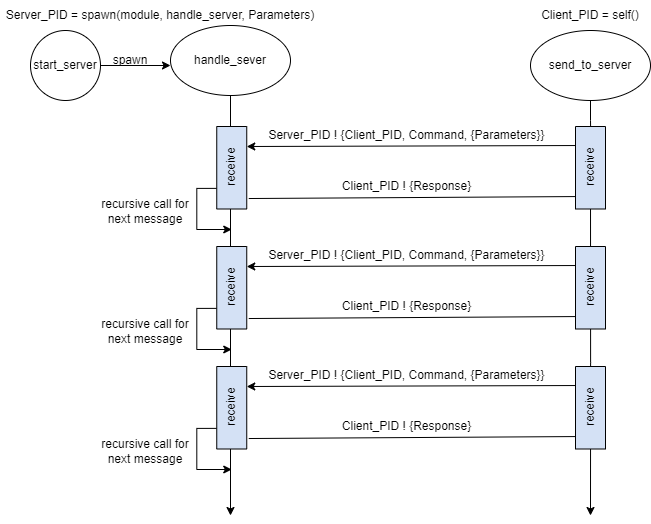
Before: docs/images/client_server_erlang.drawio.png, a diagram exported from draw.io (macbeth-byui/cse382-course). Source tidied: cells renumbered, new cells last; positions are measured from the earlier drawing's top-left corner, leaving out a move shared by most shapes.
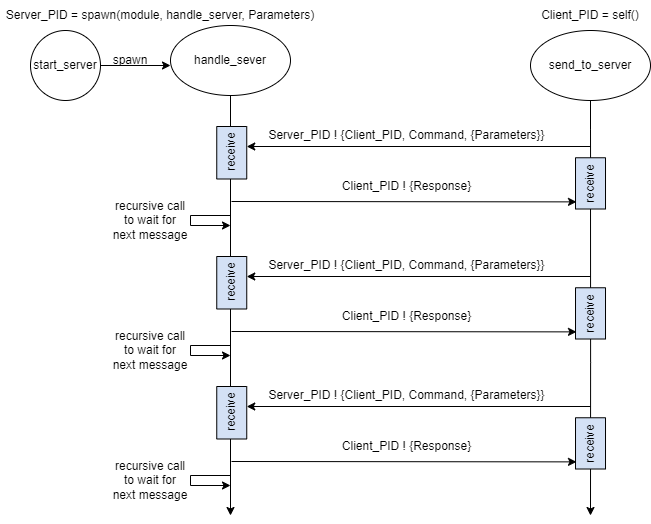
Above is the later version.

Diff of the diagram source:
```diff
@@ -26,20 +26,20 @@
     </mxCell>
     <mxCell id="7" style="endArrow=classic;html=1;rounded=0;" parent="1" edge="1">
       <mxGeometry relative="1" as="geometry">
-        <mxPoint x="586.2" y="145" as="sourcePoint" />
+        <mxPoint x="590" y="146" as="sourcePoint" />
         <mxPoint x="246.2" y="146" as="targetPoint" />
       </mxGeometry>
     </mxCell>
-    <mxCell id="8" style="endArrow=classic;html=1;rounded=0;exitX=0.127;exitY=1.067;exitDx=0;exitDy=0;exitPerimeter=0;" parent="1" edge="1" source="17">
+    <mxCell id="8" style="endArrow=classic;html=1;rounded=0;entryX=0.139;entryY=0.033;entryDx=0;entryDy=0;entryPerimeter=0;" parent="1" edge="1" target="18">
       <mxGeometry relative="1" as="geometry">
-        <mxPoint x="586.2" y="196" as="targetPoint" />
+        <mxPoint x="231" y="201" as="sourcePoint" />
       </mxGeometry>
     </mxCell>
     <mxCell id="9" value="Client_PID ! {Response}" style="text;html=1;align=center;verticalAlign=middle;strokeColor=none;fillColor=none;" parent="1" vertex="1">
       <mxGeometry x="336.2" y="176" width="140" height="20" as="geometry" />
     </mxCell>
-    <mxCell id="10" value="recursive call for next message" style="text;html=1;strokeColor=none;fillColor=none;align=center;verticalAlign=middle;whiteSpace=wrap;rounded=0;" parent="1" vertex="1">
-      <mxGeometry x="100" y="196" width="90" height="30" as="geometry" />
+    <mxCell id="10" value="recursive call to wait for next message" style="text;html=1;strokeColor=none;fillColor=none;align=center;verticalAlign=middle;whiteSpace=wrap;rounded=0;" parent="1" vertex="1">
+      <mxGeometry x="110" y="205" width="80" height="30" as="geometry" />
     </mxCell>
     <mxCell id="11" value="spawn" style="text;html=1;strokeColor=none;fillColor=none;align=center;verticalAlign=middle;whiteSpace=wrap;rounded=0;" parent="1" vertex="1">
       <mxGeometry x="100" y="45" width="60" height="30" as="geometry" />
@@ -56,95 +56,95 @@
     <mxCell id="15" value="handle_sever" style="ellipse;whiteSpace=wrap;html=1;" parent="1" vertex="1">
       <mxGeometry x="170" y="25" width="120" height="70" as="geometry" />
     </mxCell>
-    <mxCell id="16" style="edgeStyle=orthogonalEdgeStyle;rounded=0;jettySize=auto;html=1;exitX=0.25;exitY=0;exitDx=0;exitDy=0;startArrow=none;startFill=0;endArrow=classic;endFill=1;" parent="1" edge="1" source="17">
-      <mxGeometry relative="1" as="geometry">
-        <mxPoint x="231.2" y="229" as="targetPoint" />
-        <Array as="points">
-          <mxPoint x="196.2" y="188" />
-          <mxPoint x="196.2" y="229" />
-        </Array>
-      </mxGeometry>
-    </mxCell>
     <mxCell id="17" value="receive" style="text;html=1;strokeColor=default;fillColor=#D4E1F5;align=center;verticalAlign=middle;whiteSpace=wrap;rounded=0;rotation=-90;" parent="1" vertex="1">
-      <mxGeometry x="190" y="152.2" width="82.5" height="30" as="geometry" />
+      <mxGeometry x="205" y="137.2" width="52.5" height="30" as="geometry" />
     </mxCell>
     <mxCell id="18" value="receive" style="text;html=1;strokeColor=default;fillColor=#D4E1F5;align=center;verticalAlign=middle;whiteSpace=wrap;rounded=0;rotation=-90;" parent="1" vertex="1">
-      <mxGeometry x="548.8" y="152.2" width="82.5" height="30" as="geometry" />
+      <mxGeometry x="564.4" y="167.9" width="51.2" height="30" as="geometry" />
     </mxCell>
     <mxCell id="19" style="edgeStyle=orthogonalEdgeStyle;rounded=0;jettySize=auto;html=1;endArrow=none;" parent="1" edge="1" target="18">
       <mxGeometry relative="1" as="geometry">
         <mxPoint x="590" y="100" as="sourcePoint" />
       </mxGeometry>
     </mxCell>
-    <mxCell id="20" value="Server_PID ! {Client_PID, Command, {Parameters}}" style="text;html=1;align=center;verticalAlign=middle;strokeColor=none;fillColor=none;" parent="1" vertex="1">
-      <mxGeometry x="261.2" y="245" width="290" height="20" as="geometry" />
-    </mxCell>
-    <mxCell id="21" style="endArrow=classic;html=1;rounded=0;" parent="1" edge="1">
-      <mxGeometry relative="1" as="geometry">
-        <mxPoint x="586.2" y="265" as="sourcePoint" />
-        <mxPoint x="246.2" y="266" as="targetPoint" />
-      </mxGeometry>
-    </mxCell>
-    <mxCell id="22" style="endArrow=classic;html=1;rounded=0;exitX=0.127;exitY=1.067;exitDx=0;exitDy=0;exitPerimeter=0;" parent="1" edge="1" source="26">
-      <mxGeometry relative="1" as="geometry">
-        <mxPoint x="586.2" y="316" as="targetPoint" />
-      </mxGeometry>
-    </mxCell>
-    <mxCell id="23" value="Client_PID ! {Response}" style="text;html=1;align=center;verticalAlign=middle;strokeColor=none;fillColor=none;" parent="1" vertex="1">
-      <mxGeometry x="336.2" y="296" width="140" height="20" as="geometry" />
-    </mxCell>
-    <mxCell id="24" value="recursive call for next message" style="text;html=1;strokeColor=none;fillColor=none;align=center;verticalAlign=middle;whiteSpace=wrap;rounded=0;" parent="1" vertex="1">
-      <mxGeometry x="100" y="316" width="90" height="30" as="geometry" />
-    </mxCell>
-    <mxCell id="25" style="edgeStyle=orthogonalEdgeStyle;rounded=0;jettySize=auto;html=1;exitX=0.25;exitY=0;exitDx=0;exitDy=0;startArrow=none;startFill=0;endArrow=classic;endFill=1;" parent="1" edge="1" source="26">
-      <mxGeometry relative="1" as="geometry">
-        <mxPoint x="231.2" y="349" as="targetPoint" />
-        <Array as="points">
-          <mxPoint x="196.2" y="308" />
-          <mxPoint x="196.2" y="349" />
-        </Array>
-      </mxGeometry>
-    </mxCell>
-    <mxCell id="26" value="receive" style="text;html=1;strokeColor=default;fillColor=#D4E1F5;align=center;verticalAlign=middle;whiteSpace=wrap;rounded=0;rotation=-90;" parent="1" vertex="1">
-      <mxGeometry x="190" y="272.2" width="82.5" height="30" as="geometry" />
-    </mxCell>
-    <mxCell id="27" value="receive" style="text;html=1;strokeColor=default;fillColor=#D4E1F5;align=center;verticalAlign=middle;whiteSpace=wrap;rounded=0;rotation=-90;" parent="1" vertex="1">
-      <mxGeometry x="548.8" y="272.2" width="82.5" height="30" as="geometry" />
-    </mxCell>
-    <mxCell id="28" value="Server_PID ! {Client_PID, Command, {Parameters}}" style="text;html=1;align=center;verticalAlign=middle;strokeColor=none;fillColor=none;" parent="1" vertex="1">
-      <mxGeometry x="261.2" y="365" width="290" height="20" as="geometry" />
-    </mxCell>
-    <mxCell id="29" style="endArrow=classic;html=1;rounded=0;" parent="1" edge="1">
-      <mxGeometry relative="1" as="geometry">
-        <mxPoint x="586.2" y="385" as="sourcePoint" />
-        <mxPoint x="246.2" y="386" as="targetPoint" />
-      </mxGeometry>
-    </mxCell>
-    <mxCell id="30" style="endArrow=classic;html=1;rounded=0;exitX=0.127;exitY=1.067;exitDx=0;exitDy=0;exitPerimeter=0;" parent="1" edge="1" source="34">
-      <mxGeometry relative="1" as="geometry">
-        <mxPoint x="586.2" y="436" as="targetPoint" />
-      </mxGeometry>
-    </mxCell>
-    <mxCell id="31" value="Client_PID ! {Response}" style="text;html=1;align=center;verticalAlign=middle;strokeColor=none;fillColor=none;" parent="1" vertex="1">
-      <mxGeometry x="336.2" y="416" width="140" height="20" as="geometry" />
-    </mxCell>
-    <mxCell id="32" value="recursive call for next message" style="text;html=1;strokeColor=none;fillColor=none;align=center;verticalAlign=middle;whiteSpace=wrap;rounded=0;" parent="1" vertex="1">
-      <mxGeometry x="100" y="436" width="90" height="30" as="geometry" />
-    </mxCell>
-    <mxCell id="33" style="edgeStyle=orthogonalEdgeStyle;rounded=0;jettySize=auto;html=1;exitX=0.25;exitY=0;exitDx=0;exitDy=0;startArrow=none;startFill=0;endArrow=classic;endFill=1;" parent="1" edge="1" source="34">
-      <mxGeometry relative="1" as="geometry">
-        <mxPoint x="231.2" y="469" as="targetPoint" />
-        <Array as="points">
-          <mxPoint x="196.2" y="428" />
-          <mxPoint x="196.2" y="469" />
-        </Array>
-      </mxGeometry>
-    </mxCell>
-    <mxCell id="34" value="receive" style="text;html=1;strokeColor=default;fillColor=#D4E1F5;align=center;verticalAlign=middle;whiteSpace=wrap;rounded=0;rotation=-90;" parent="1" vertex="1">
-      <mxGeometry x="190" y="392.2" width="82.5" height="30" as="geometry" />
-    </mxCell>
-    <mxCell id="35" value="receive" style="text;html=1;strokeColor=default;fillColor=#D4E1F5;align=center;verticalAlign=middle;whiteSpace=wrap;rounded=0;rotation=-90;" parent="1" vertex="1">
-      <mxGeometry x="548.8" y="392.2" width="82.5" height="30" as="geometry" />
-    </mxCell>
+    <mxCell id="36" style="edgeStyle=elbowEdgeStyle;elbow=horizontal;endArrow=classic;html=1;rounded=0;" parent="1" edge="1">
+      <mxGeometry relative="1" as="geometry">
+        <mxPoint x="230" y="215" as="sourcePoint" />
+        <mxPoint x="230" y="225" as="targetPoint" />
+        <Array as="points">
+          <mxPoint x="190" y="265" />
+        </Array>
+      </mxGeometry>
+    </mxCell>
+    <mxCell id="37" value="Server_PID ! {Client_PID, Command, {Parameters}}" style="text;html=1;align=center;verticalAlign=middle;strokeColor=none;fillColor=none;" parent="1" vertex="1">
+      <mxGeometry x="261.2" y="255" width="290" height="20" as="geometry" />
+    </mxCell>
+    <mxCell id="38" style="endArrow=classic;html=1;rounded=0;" parent="1" edge="1">
+      <mxGeometry relative="1" as="geometry">
+        <mxPoint x="590" y="276" as="sourcePoint" />
+        <mxPoint x="246.2" y="276" as="targetPoint" />
+      </mxGeometry>
+    </mxCell>
+    <mxCell id="39" style="endArrow=classic;html=1;rounded=0;entryX=0.139;entryY=0.033;entryDx=0;entryDy=0;entryPerimeter=0;" parent="1" edge="1" target="42">
+      <mxGeometry relative="1" as="geometry">
+        <mxPoint x="231" y="331" as="sourcePoint" />
+      </mxGeometry>
+    </mxCell>
+    <mxCell id="40" value="Client_PID ! {Response}" style="text;html=1;align=center;verticalAlign=middle;strokeColor=none;fillColor=none;" parent="1" vertex="1">
+      <mxGeometry x="336.2" y="306" width="140" height="20" as="geometry" />
+    </mxCell>
+    <mxCell id="41" value="receive" style="text;html=1;strokeColor=default;fillColor=#D4E1F5;align=center;verticalAlign=middle;whiteSpace=wrap;rounded=0;rotation=-90;" parent="1" vertex="1">
+      <mxGeometry x="205" y="267.2" width="52.5" height="30" as="geometry" />
+    </mxCell>
+    <mxCell id="42" value="receive" style="text;html=1;strokeColor=default;fillColor=#D4E1F5;align=center;verticalAlign=middle;whiteSpace=wrap;rounded=0;rotation=-90;" parent="1" vertex="1">
+      <mxGeometry x="564.4" y="297.9" width="51.2" height="30" as="geometry" />
+    </mxCell>
+    <mxCell id="43" style="edgeStyle=elbowEdgeStyle;elbow=horizontal;endArrow=classic;html=1;rounded=0;" parent="1" edge="1">
+      <mxGeometry relative="1" as="geometry">
+        <mxPoint x="230" y="345" as="sourcePoint" />
+        <mxPoint x="230" y="355" as="targetPoint" />
+        <Array as="points">
+          <mxPoint x="190" y="395" />
+        </Array>
+      </mxGeometry>
+    </mxCell>
+    <mxCell id="44" value="Server_PID ! {Client_PID, Command, {Parameters}}" style="text;html=1;align=center;verticalAlign=middle;strokeColor=none;fillColor=none;" parent="1" vertex="1">
+      <mxGeometry x="261.2" y="385" width="290" height="20" as="geometry" />
+    </mxCell>
+    <mxCell id="45" style="endArrow=classic;html=1;rounded=0;" parent="1" edge="1">
+      <mxGeometry relative="1" as="geometry">
+        <mxPoint x="590" y="406" as="sourcePoint" />
+        <mxPoint x="246.2" y="406" as="targetPoint" />
+      </mxGeometry>
+    </mxCell>
+    <mxCell id="46" style="endArrow=classic;html=1;rounded=0;entryX=0.139;entryY=0.033;entryDx=0;entryDy=0;entryPerimeter=0;" parent="1" edge="1" target="49">
+      <mxGeometry relative="1" as="geometry">
+        <mxPoint x="231" y="461" as="sourcePoint" />
+      </mxGeometry>
+    </mxCell>
+    <mxCell id="47" value="Client_PID ! {Response}" style="text;html=1;align=center;verticalAlign=middle;strokeColor=none;fillColor=none;" parent="1" vertex="1">
+      <mxGeometry x="336.2" y="436" width="140" height="20" as="geometry" />
+    </mxCell>
+    <mxCell id="48" value="receive" style="text;html=1;strokeColor=default;fillColor=#D4E1F5;align=center;verticalAlign=middle;whiteSpace=wrap;rounded=0;rotation=-90;" parent="1" vertex="1">
+      <mxGeometry x="205" y="397.2" width="52.5" height="30" as="geometry" />
+    </mxCell>
+    <mxCell id="49" value="receive" style="text;html=1;strokeColor=default;fillColor=#D4E1F5;align=center;verticalAlign=middle;whiteSpace=wrap;rounded=0;rotation=-90;" parent="1" vertex="1">
+      <mxGeometry x="564.4" y="427.9" width="51.2" height="30" as="geometry" />
+    </mxCell>
+    <mxCell id="50" style="edgeStyle=elbowEdgeStyle;elbow=horizontal;endArrow=classic;html=1;rounded=0;" parent="1" edge="1">
+      <mxGeometry relative="1" as="geometry">
+        <mxPoint x="230" y="475" as="sourcePoint" />
+        <mxPoint x="230" y="485" as="targetPoint" />
+        <Array as="points">
+          <mxPoint x="190" y="525" />
+        </Array>
+      </mxGeometry>
+    </mxCell>
+    <mxCell id="51" value="recursive call to wait for next message" style="text;html=1;strokeColor=none;fillColor=none;align=center;verticalAlign=middle;whiteSpace=wrap;rounded=0;" parent="1" vertex="1">
+      <mxGeometry x="110" y="335" width="80" height="30" as="geometry" />
+    </mxCell>
+    <mxCell id="52" value="recursive call to wait for next message" style="text;html=1;strokeColor=none;fillColor=none;align=center;verticalAlign=middle;whiteSpace=wrap;rounded=0;" parent="1" vertex="1">
+      <mxGeometry x="110" y="465" width="80" height="30" as="geometry" />
+    </mxCell>
   </root>
 </mxGraphModel>
```
